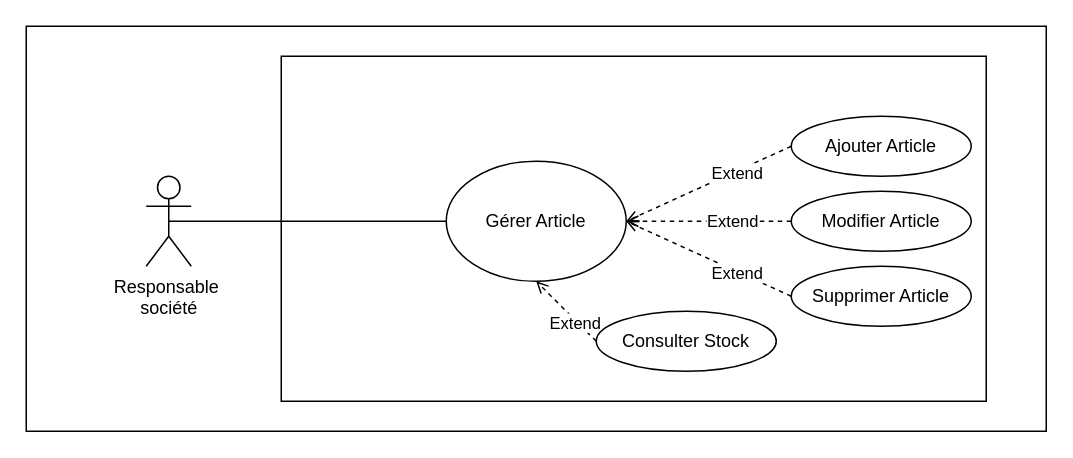
labidimahdi/diagrams keeps this draw.io diagram as gererartspe.drawio. Above is the earlier version. Source tidied: cells renumbered, new cells numbered last; positions are measured from the earlier drawing's top-left corner, leaving out a move shared by most shapes. Both pictures are drawn from the tidied source at 150%, with x=0, y=0 at pixel (26, 26).
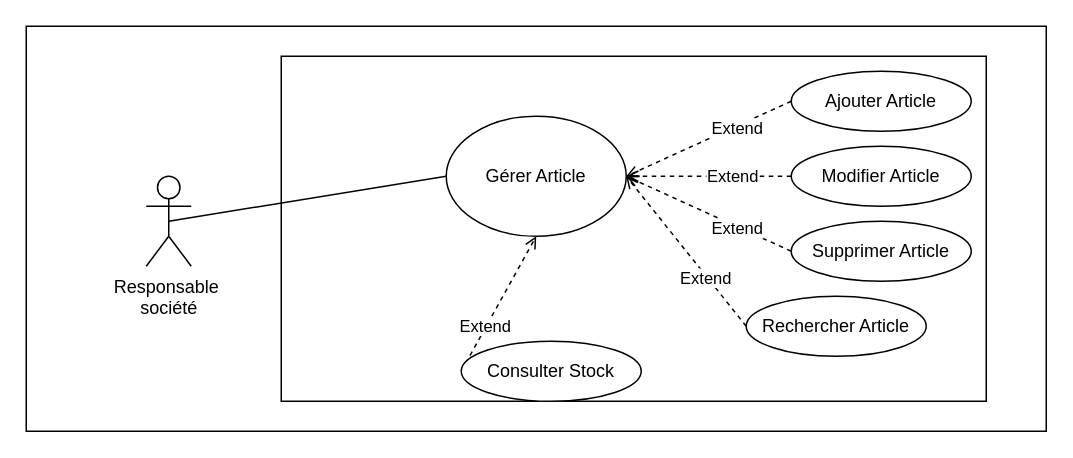
The same page after the edit.

Commit message:
Mettre à jour gererartspe.drawio

What changed in the source:
```diff
@@
     <mxCell id="6" value="Gérer Article" style="ellipse;whiteSpace=wrap;html=1;" parent="1" vertex="1">
-      <mxGeometry x="280" y="90" width="120" height="80" as="geometry" />
+      <mxGeometry x="280" y="60" width="120" height="80" as="geometry" />
     </mxCell>
@@
     <mxCell id="9" value="Ajouter Article" style="ellipse;whiteSpace=wrap;html=1;" parent="1" vertex="1">
-      <mxGeometry x="510" y="60" width="120" height="40" as="geometry" />
+      <mxGeometry x="510" y="30" width="120" height="40" as="geometry" />
     </mxCell>
@@
     <mxCell id="12" value="Modifier Article" style="ellipse;whiteSpace=wrap;html=1;" parent="1" vertex="1">
-      <mxGeometry x="510" y="110" width="120" height="40" as="geometry" />
+      <mxGeometry x="510" y="80" width="120" height="40" as="geometry" />
     </mxCell>
@@
     <mxCell id="15" value="Supprimer Article" style="ellipse;whiteSpace=wrap;html=1;" parent="1" vertex="1">
-      <mxGeometry x="510" y="160" width="120" height="40" as="geometry" />
+      <mxGeometry x="510" y="130" width="120" height="40" as="geometry" />
     </mxCell>
@@
     <mxCell id="18" value="Consulter Stock" style="ellipse;whiteSpace=wrap;html=1;" parent="1" vertex="1">
-      <mxGeometry x="380" y="190" width="120" height="40" as="geometry" />
+      <mxGeometry x="290" y="210" width="120" height="40" as="geometry" />
     </mxCell>
+    <mxCell id="19" style="rounded=0;jettySize=auto;html=1;exitX=0;exitY=0.5;exitDx=0;exitDy=0;dashed=1;endArrow=open;endFill=0;entryX=1;entryY=0.5;entryDx=0;entryDy=0;" parent="1" edge="1" source="21" target="6">
+      <mxGeometry relative="1" as="geometry" />
+    </mxCell>
+    <mxCell id="20" value="Extend" style="edgeLabel;html=1;align=center;verticalAlign=middle;" parent="19" vertex="1">
+      <mxGeometry x="-0.33" y="1" relative="1" as="geometry" />
+    </mxCell>
+    <mxCell id="21" value="Rechercher Article" style="ellipse;whiteSpace=wrap;html=1;" parent="1" vertex="1">
+      <mxGeometry x="480" y="180" width="120" height="40" as="geometry" />
+    </mxCell>
```
